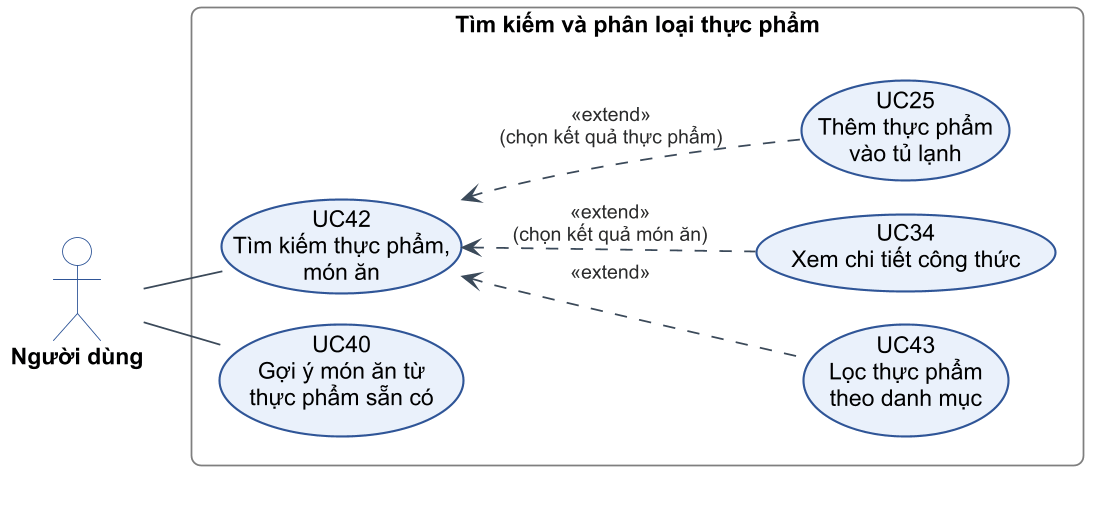
This is figures/diagrams/c2-17-uc-tim-kiem.png from PhucNguyen204/report-project, a PlantUML export, as it was before one commit. Source of this version:
```plantuml
@startuml c2-17-uc-tim-kiem
!include _style.iuml
left to right direction

actor "Người dùng" as U

rectangle "Tìm kiếm và phân loại thực phẩm" as B {
  usecase "UC42\nTìm kiếm thực phẩm,\nmón ăn" as UC42
  usecase "UC40\nGợi ý món ăn từ\nthực phẩm sẵn có" as UC40
  usecase "UC43\nLọc thực phẩm\ntheo danh mục" as UC43
  usecase "UC34\nXem chi tiết công thức" as UC34
  usecase "UC25\nThêm thực phẩm\nvào tủ lạnh" as UC25
}

U -- UC42
U -- UC40
UC42 <.. UC43 : <<extend>>
UC42 <.. UC34 : <<extend>>\n(chọn kết quả món ăn)
UC42 <.. UC25 : <<extend>>\n(chọn kết quả thực phẩm)
@enduml
```
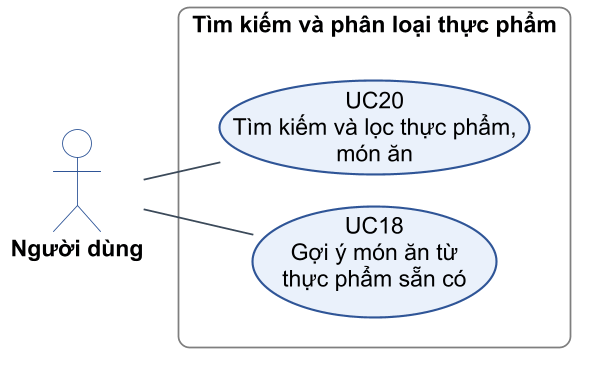
The same file after the commit.

Diff of the diagram source:
```diff
@@ -5,16 +5,10 @@
 actor "Người dùng" as U
 
 rectangle "Tìm kiếm và phân loại thực phẩm" as B {
-  usecase "UC42\nTìm kiếm thực phẩm,\nmón ăn" as UC42
-  usecase "UC40\nGợi ý món ăn từ\nthực phẩm sẵn có" as UC40
-  usecase "UC43\nLọc thực phẩm\ntheo danh mục" as UC43
-  usecase "UC34\nXem chi tiết công thức" as UC34
-  usecase "UC25\nThêm thực phẩm\nvào tủ lạnh" as UC25
+  usecase "UC20\nTìm kiếm và lọc thực phẩm,\nmón ăn" as UC20
+  usecase "UC18\nGợi ý món ăn từ\nthực phẩm sẵn có" as UC18
 }
 
-U -- UC42
-U -- UC40
-UC42 <.. UC43 : <<extend>>
-UC42 <.. UC34 : <<extend>>\n(chọn kết quả món ăn)
-UC42 <.. UC25 : <<extend>>\n(chọn kết quả thực phẩm)
+U -- UC20
+U -- UC18
 @enduml
```
